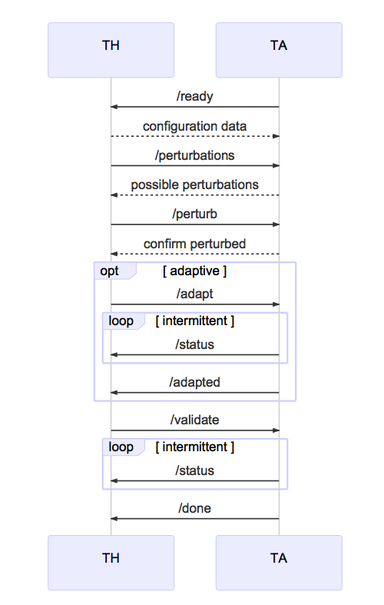
cmu-mars/cmu-robotics keeps this Mermaid diagram as documents/sequences/cp2.mmd.png. Above is the earlier version. Its source is kept beside it as documents/sequences/cp2.mmd.
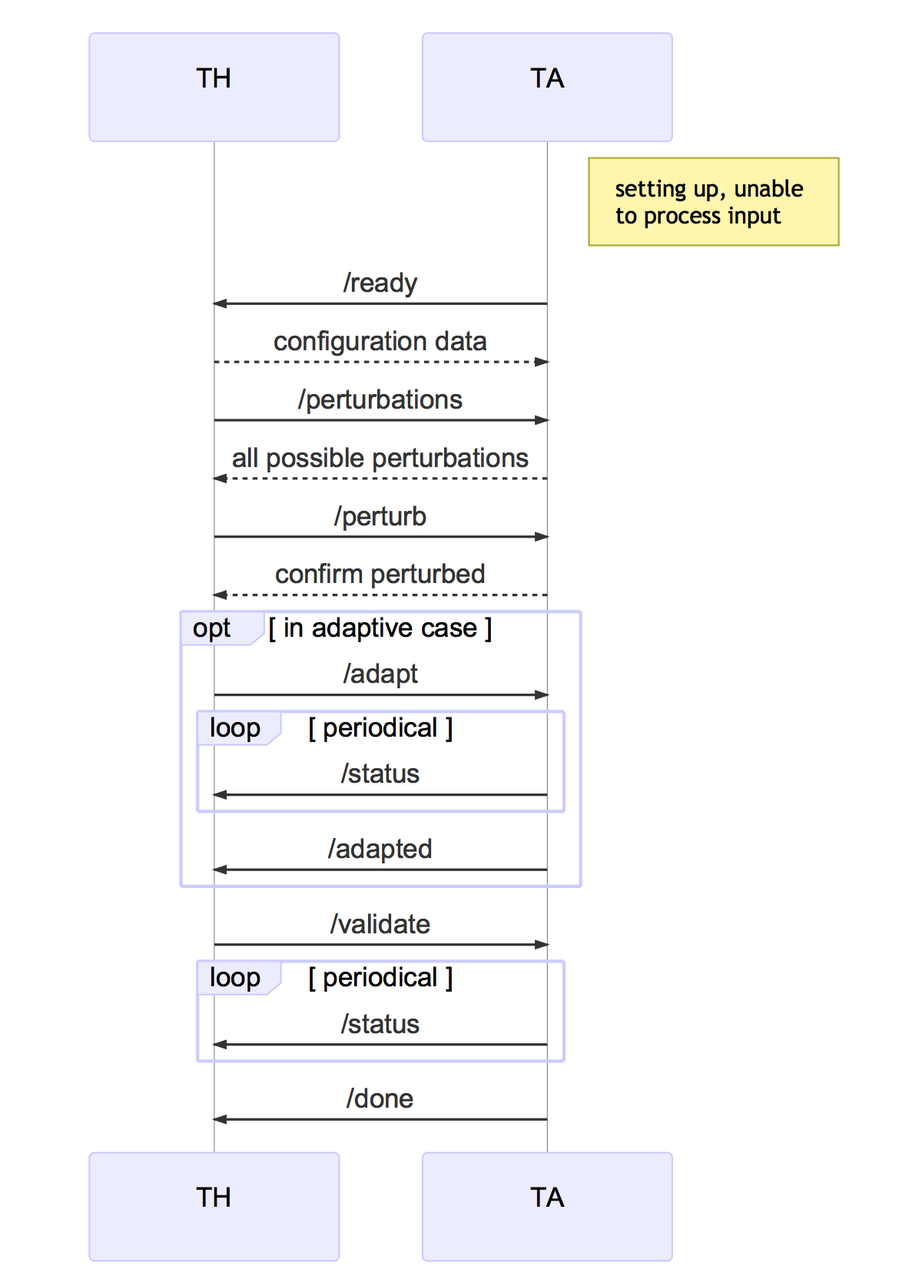
The same file after the commit.

Diff of the diagram source:
```diff
@@ -2,24 +2,24 @@
 	participant TH
 	participant TA
 
+	Note right of TA: setting up, unable to process input
 	TA ->> TH: /ready
-	# Note over TA,TH: ??
 	TH -->> TA: configuration data
 	TH ->> TA: /perturbations
-	TA -->> TH: possible perturbations
+	TA -->> TH: all possible perturbations
 	TH ->> TA: /perturb
 	TA -->> TH: confirm perturbed
 
-	opt adaptive
+	opt in adaptive case
 	     TH ->> TA: /adapt
-	     loop intermittent
+	     loop periodical
 	     	  TA ->> TH: /status
 	     end
 	     TA ->> TH: /adapted
 	end
 
 	TH ->> TA: /validate
-	loop intermittent
+	loop periodical
 	     TA ->> TH: /status
 	end
 	TA ->> TH: /done
```
